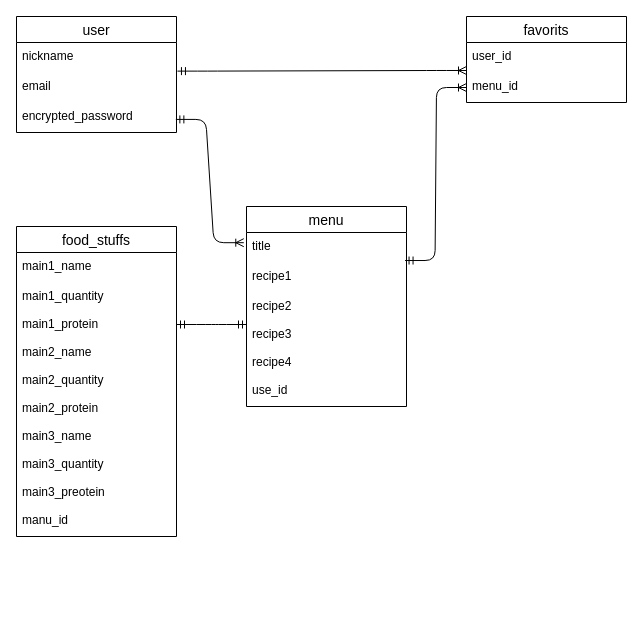
This is test.dio from hoshico/muscle-recipe, a draw.io file, before an edit. Source tidied: cells renumbered, new cells numbered last; positions are measured from the earlier drawing's top-left corner, leaving out a move shared by most shapes. Both pictures are drawn from the tidied source at 100%, with x=0, y=0 at pixel (16, 16).
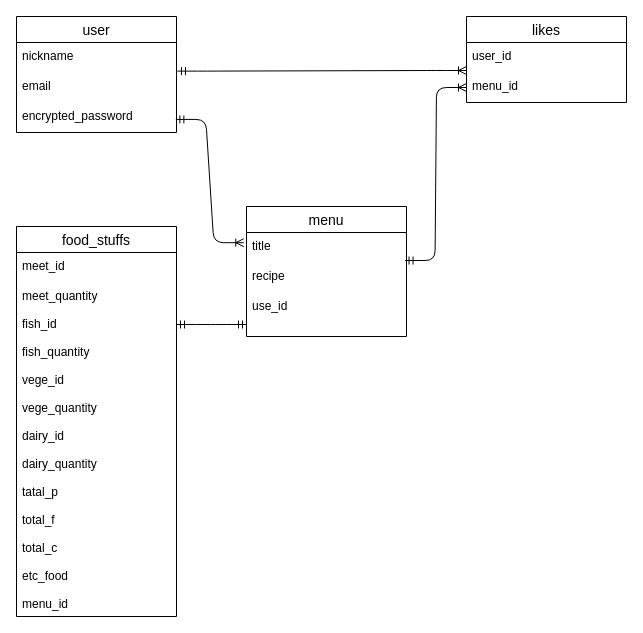
Above is the later version.

Diff of the diagram source:
```diff
@@
     <mxCell id="2" value="menu" style="swimlane;fontStyle=0;horizontal=1;startSize=26;align=center;fontSize=14;" parent="1" vertex="1">
-      <mxGeometry x="230" y="190" width="160" height="200" as="geometry" />
+      <mxGeometry x="230" y="190" width="160" height="130" as="geometry" />
     </mxCell>
@@
-    <mxCell id="4" value="recipe1" style="text;strokeColor=none;fillColor=none;spacingLeft=4;spacingRight=4;overflow=hidden;fontSize=12;" parent="2" vertex="1">
+    <mxCell id="4" value="recipe" style="text;strokeColor=none;fillColor=none;spacingLeft=4;spacingRight=4;overflow=hidden;fontSize=12;" parent="2" vertex="1">
       <mxGeometry y="56" width="160" height="30" as="geometry" />
     </mxCell>
-    <mxCell id="5" value="recipe2&#10;&#10;recipe3&#10;&#10;recipe4&#10;&#10;use_id" style="text;strokeColor=none;fillColor=none;spacingLeft=4;spacingRight=4;overflow=hidden;fontSize=12;" parent="2" vertex="1">
-      <mxGeometry y="86" width="160" height="114" as="geometry" />
+    <mxCell id="5" value="use_id" style="text;strokeColor=none;fillColor=none;spacingLeft=4;spacingRight=4;overflow=hidden;fontSize=12;" parent="2" vertex="1">
+      <mxGeometry y="86" width="160" height="44" as="geometry" />
     </mxCell>
@@
-    <mxCell id="10" value="favorits" style="swimlane;fontStyle=0;horizontal=1;startSize=26;align=center;fontSize=14;" parent="1" vertex="1">
+    <mxCell id="10" value="likes" style="swimlane;fontStyle=0;horizontal=1;startSize=26;align=center;fontSize=14;" parent="1" vertex="1">
       <mxGeometry x="450" width="160" height="86" as="geometry" />
     </mxCell>
@@
     <mxCell id="13" value="food_stuffs" style="swimlane;fontStyle=0;horizontal=1;startSize=26;align=center;fontSize=14;" parent="1" vertex="1">
-      <mxGeometry y="210" width="160" height="310" as="geometry" />
+      <mxGeometry y="210" width="160" height="390" as="geometry" />
     </mxCell>
-    <mxCell id="14" value="main1_name&#10;&#10;" style="text;strokeColor=none;fillColor=none;spacingLeft=4;spacingRight=4;overflow=hidden;fontSize=12;" parent="13" vertex="1">
+    <mxCell id="14" value="meet_id" style="text;strokeColor=none;fillColor=none;spacingLeft=4;spacingRight=4;overflow=hidden;fontSize=12;" parent="13" vertex="1">
       <mxGeometry y="26" width="160" height="30" as="geometry" />
     </mxCell>
-    <mxCell id="15" value="main1_quantity&#10;&#10;main1_protein&#10;&#10;main2_name&#10;&#10;main2_quantity&#10;&#10;main2_protein&#10;&#10;main3_name&#10;&#10;main3_quantity&#10;&#10;main3_preotein&#10;&#10;manu_id" style="text;strokeColor=none;fillColor=none;spacingLeft=4;spacingRight=4;overflow=hidden;fontSize=12;" parent="13" vertex="1">
-      <mxGeometry y="56" width="160" height="254" as="geometry" />
+    <mxCell id="15" value="meet_quantity&#10;&#10;fish_id&#10;&#10;fish_quantity&#10;&#10;vege_id&#10;&#10;vege_quantity&#10;&#10;dairy_id&#10;&#10;dairy_quantity&#10;&#10;tatal_p&#10;&#10;total_f&#10;&#10;total_c&#10;&#10;etc_food&#10;&#10;menu_id" style="text;strokeColor=none;fillColor=none;spacingLeft=4;spacingRight=4;overflow=hidden;fontSize=12;" parent="13" vertex="1">
+      <mxGeometry y="56" width="160" height="334" as="geometry" />
     </mxCell>
```
